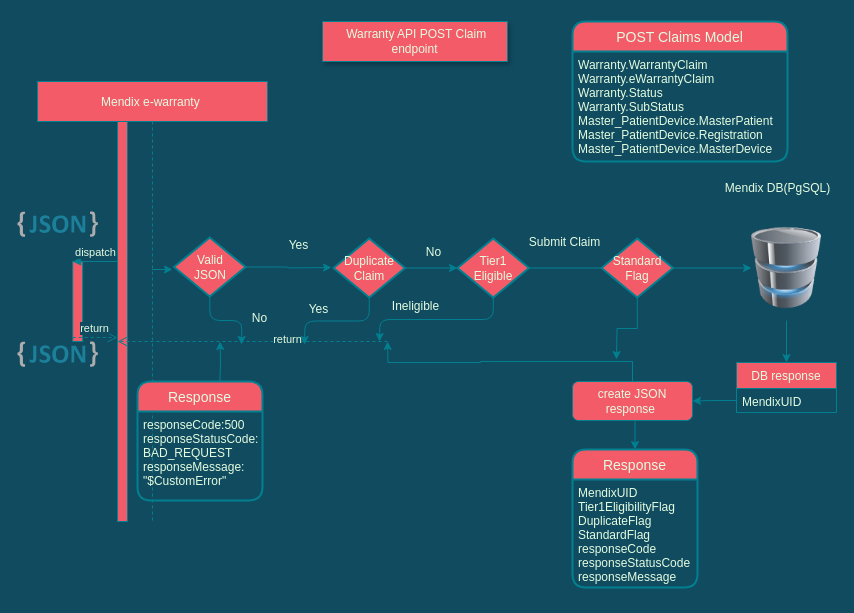
Earlier version of the draw.io diagram Untitled Diagram.drawio (MrMetalAddict/Retail-Mon). Source tidied: cells renumbered, new cells numbered last; positions are measured from the earlier drawing's top-left corner, leaving out a move shared by most shapes. Both pictures are drawn from the tidied source at 100%, with x=0, y=0 at pixel (17, 21).
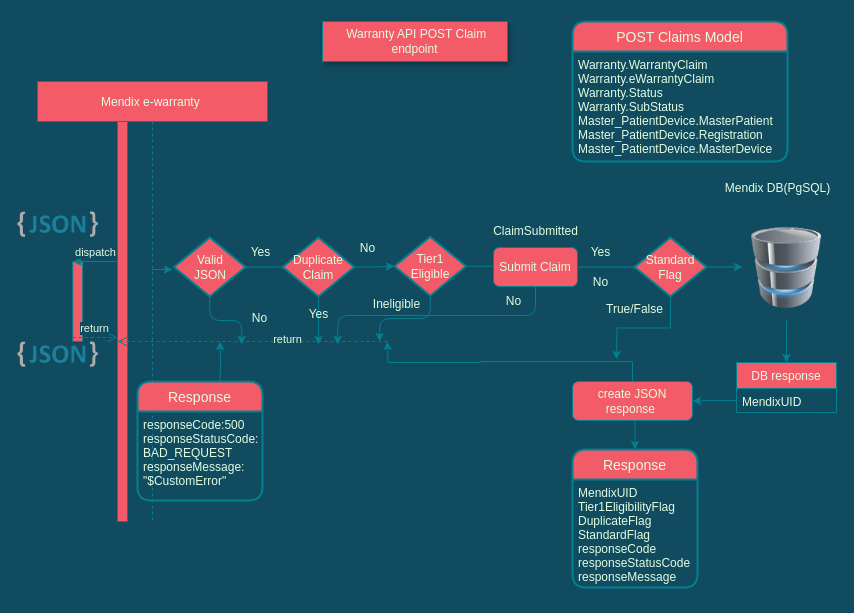
Above is the later version.

The change refers to these unchanged cells:
```xml
<mxCell id="8" style="image;html=1;image=img/lib/clip_art/computers/Database_128x128.png;fontFamily=Helvetica;fontSize=12;fontColor=#E4FDE1;align=center;strokeColor=#028090;fillColor=#F45B69;labelBackgroundColor=#114B5F;" parent="1" vertex="1">
  <mxGeometry x="734" y="194" width="70" height="105" as="geometry" />
</mxCell>
```

Diff of the diagram source:
```diff
@@
     <mxCell id="44" value="Yes" style="text;html=1;align=center;verticalAlign=middle;strokeColor=none;fontColor=#E4FDE1;" parent="1" vertex="1">
-      <mxGeometry x="266" y="215.2" width="30" height="18" as="geometry" />
+      <mxGeometry x="228" y="222" width="30" height="18" as="geometry" />
     </mxCell>
@@
-    <mxCell id="46" style="edgeStyle=orthogonalEdgeStyle;curved=0;rounded=1;sketch=0;jettySize=auto;html=1;exitX=0.5;exitY=1;exitDx=0;exitDy=0;exitPerimeter=0;fontColor=#E4FDE1;strokeColor=#028090;fillColor=#F45B69;labelBackgroundColor=#114B5F;" parent="1" edge="1" source="48">
-      <mxGeometry relative="1" as="geometry">
-        <mxPoint x="287" y="323" as="targetPoint" />
-      </mxGeometry>
-    </mxCell>
@@
+    <mxCell id="60" style="edgeStyle=orthogonalEdgeStyle;curved=0;rounded=1;sketch=0;jettySize=auto;html=1;exitX=0.5;exitY=1;exitDx=0;exitDy=0;exitPerimeter=0;fontColor=#E4FDE1;strokeColor=#028090;fillColor=#F45B69;" parent="1" edge="1" source="48">
+      <mxGeometry relative="1" as="geometry">
+        <mxPoint x="301" y="323" as="targetPoint" />
+      </mxGeometry>
+    </mxCell>
     <mxCell id="48" value="Duplicate&lt;br&gt;Claim" style="strokeWidth=2;html=1;shape=mxgraph.flowchart.decision;whiteSpace=wrap;fillColor=#F45B69;strokeColor=#028090;fontColor=#E4FDE1;" parent="1" vertex="1">
-      <mxGeometry x="316" y="217" width="71.5" height="59" as="geometry" />
+      <mxGeometry x="265.2" y="216" width="71.5" height="59" as="geometry" />
     </mxCell>
@@
     <mxCell id="50" value="Yes" style="text;html=1;align=center;verticalAlign=middle;strokeColor=none;fontColor=#E4FDE1;" parent="1" vertex="1">
-      <mxGeometry x="286" y="279" width="30" height="18" as="geometry" />
+      <mxGeometry x="286" y="284" width="30" height="18" as="geometry" />
     </mxCell>
@@
-    <mxCell id="52" style="edgeStyle=orthogonalEdgeStyle;curved=0;rounded=1;sketch=0;jettySize=auto;html=1;exitX=1;exitY=0.5;exitDx=0;exitDy=0;exitPerimeter=0;entryX=0;entryY=0.5;entryDx=0;entryDy=0;fontColor=#E4FDE1;strokeColor=#028090;fillColor=#F45B69;startArrow=none;labelBackgroundColor=#114B5F;" parent="1" edge="1" source="58" target="8">
-      <mxGeometry relative="1" as="geometry" />
-    </mxCell>
     <mxCell id="53" value="Tier1&lt;br&gt;Eligible" style="strokeWidth=2;html=1;shape=mxgraph.flowchart.decision;whiteSpace=wrap;fillColor=#F45B69;strokeColor=#028090;fontColor=#E4FDE1;" parent="1" vertex="1">
-      <mxGeometry x="440" y="217" width="71.5" height="59" as="geometry" />
+      <mxGeometry x="377" y="215.2" width="71.5" height="59" as="geometry" />
     </mxCell>
     <mxCell id="54" value="No" style="text;html=1;align=center;verticalAlign=middle;strokeColor=none;fontColor=#E4FDE1;" parent="1" vertex="1">
-      <mxGeometry x="402" y="222" width="27" height="18" as="geometry" />
+      <mxGeometry x="336.8" y="218" width="27" height="18" as="geometry" />
     </mxCell>
     <mxCell id="55" value="Ineligible" style="text;html=1;align=center;verticalAlign=middle;strokeColor=none;fontColor=#E4FDE1;" parent="1" vertex="1">
-      <mxGeometry x="369" y="276" width="57" height="18" as="geometry" />
+      <mxGeometry x="350" y="274.2" width="57" height="18" as="geometry" />
     </mxCell>
-    <mxCell id="56" value="Submit Claim" style="text;html=1;align=center;verticalAlign=middle;points=[];strokeColor=none;fontColor=#E4FDE1;" parent="1" vertex="1">
-      <mxGeometry x="506" y="212" width="81" height="18" as="geometry" />
-    </mxCell>
-    <mxCell id="57" style="edgeStyle=orthogonalEdgeStyle;rounded=0;jettySize=auto;html=1;exitX=0.5;exitY=1;exitDx=0;exitDy=0;exitPerimeter=0;labelBackgroundColor=#114B5F;strokeColor=#028090;fontColor=#E4FDE1;" parent="1" edge="1" source="58">
+    <mxCell id="57" style="edgeStyle=orthogonalEdgeStyle;rounded=0;jettySize=auto;html=1;exitX=0.5;exitY=1;exitDx=0;exitDy=0;exitPerimeter=0;strokeColor=#028090;fontColor=#E4FDE1;labelBackgroundColor=#114B5F;" parent="1" edge="1" source="58">
       <mxGeometry relative="1" as="geometry">
         <mxPoint x="599" y="338" as="targetPoint" />
       </mxGeometry>
     </mxCell>
+    <mxCell id="61" style="edgeStyle=orthogonalEdgeStyle;curved=0;rounded=1;sketch=0;jettySize=auto;html=1;exitX=1;exitY=0.5;exitDx=0;exitDy=0;exitPerimeter=0;fontColor=#E4FDE1;strokeColor=#028090;fillColor=#F45B69;" parent="1" edge="1" source="58">
+      <mxGeometry relative="1" as="geometry">
+        <mxPoint x="725" y="246" as="targetPoint" />
+      </mxGeometry>
+    </mxCell>
     <mxCell id="58" value="Standard Flag" style="strokeWidth=2;html=1;shape=mxgraph.flowchart.decision;whiteSpace=wrap;fillColor=#F45B69;strokeColor=#028090;fontColor=#E4FDE1;" parent="1" vertex="1">
-      <mxGeometry x="584" y="217" width="71.5" height="59" as="geometry" />
+      <mxGeometry x="617" y="216" width="72" height="59" as="geometry" />
     </mxCell>
-    <mxCell id="59" style="edgeStyle=orthogonalEdgeStyle;curved=0;rounded=1;sketch=0;jettySize=auto;html=1;exitX=1;exitY=0.5;exitDx=0;exitDy=0;exitPerimeter=0;entryX=0;entryY=0.5;entryDx=0;entryDy=0;fontColor=#E4FDE1;strokeColor=#028090;fillColor=#F45B69;endArrow=none;labelBackgroundColor=#114B5F;" parent="1" edge="1" source="53" target="58">
+    <mxCell id="59" style="edgeStyle=orthogonalEdgeStyle;curved=0;rounded=1;sketch=0;jettySize=auto;html=1;exitX=1;exitY=0.5;exitDx=0;exitDy=0;exitPerimeter=0;entryX=0;entryY=0.5;entryDx=0;entryDy=0;fontColor=#E4FDE1;strokeColor=#028090;fillColor=#F45B69;endArrow=none;labelBackgroundColor=#114B5F;startArrow=none;" parent="1" edge="1" source="56" target="58">
       <mxGeometry relative="1" as="geometry" />
     </mxCell>
+    <mxCell id="62" style="edgeStyle=orthogonalEdgeStyle;curved=0;rounded=1;sketch=0;jettySize=auto;html=1;exitX=0.5;exitY=1;exitDx=0;exitDy=0;fontColor=#E4FDE1;strokeColor=#028090;fillColor=#F45B69;" parent="1" edge="1" source="56">
+      <mxGeometry relative="1" as="geometry">
+        <mxPoint x="320" y="323" as="targetPoint" />
+      </mxGeometry>
+    </mxCell>
+    <mxCell id="56" value="Submit Claim" style="rounded=1;whiteSpace=wrap;html=1;sketch=0;fontColor=#E4FDE1;strokeColor=#028090;fillColor=#F45B69;" parent="1" vertex="1">
+      <mxGeometry x="476" y="226" width="84" height="39" as="geometry" />
+    </mxCell>
+    <mxCell id="63" style="edgeStyle=orthogonalEdgeStyle;curved=0;rounded=1;sketch=0;jettySize=auto;html=1;exitX=1;exitY=0.5;exitDx=0;exitDy=0;exitPerimeter=0;entryX=0;entryY=0.5;entryDx=0;entryDy=0;fontColor=#E4FDE1;strokeColor=#028090;fillColor=#F45B69;endArrow=none;labelBackgroundColor=#114B5F;" parent="1" edge="1" source="53" target="56">
+      <mxGeometry relative="1" as="geometry" />
+    </mxCell>
+    <mxCell id="64" value="Yes" style="text;html=1;align=center;verticalAlign=middle;strokeColor=none;fontColor=#E4FDE1;" parent="1" vertex="1">
+      <mxGeometry x="567.5" y="222" width="30" height="18" as="geometry" />
+    </mxCell>
+    <mxCell id="65" value="No" style="text;html=1;align=center;verticalAlign=middle;strokeColor=none;fontColor=#E4FDE1;" parent="1" vertex="1">
+      <mxGeometry x="569" y="252" width="27" height="18" as="geometry" />
+    </mxCell>
+    <mxCell id="66" value="ClaimSubmitted" style="text;html=1;align=center;verticalAlign=middle;strokeColor=none;fontColor=#E4FDE1;" parent="1" vertex="1">
+      <mxGeometry x="470" y="201" width="96" height="18" as="geometry" />
+    </mxCell>
+    <mxCell id="67" value="No" style="text;html=1;align=center;verticalAlign=middle;strokeColor=none;fontColor=#E4FDE1;" parent="1" vertex="1">
+      <mxGeometry x="482" y="271" width="27" height="18" as="geometry" />
+    </mxCell>
+    <mxCell id="68" value="True/False" style="text;html=1;align=center;verticalAlign=middle;strokeColor=none;fontColor=#E4FDE1;" parent="1" vertex="1">
+      <mxGeometry x="582" y="279" width="69" height="18" as="geometry" />
+    </mxCell>
```
